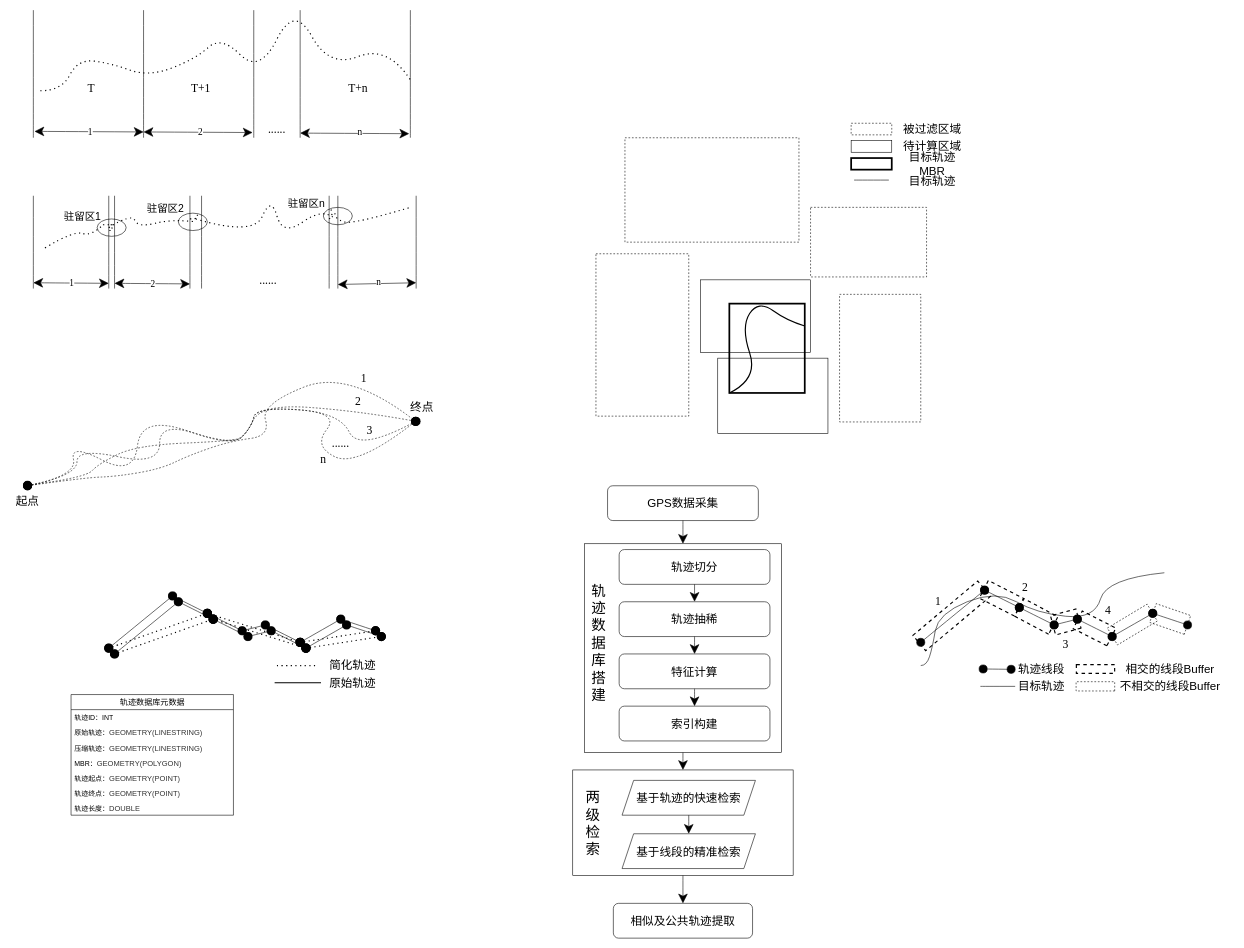
Above: 专利2.drawio in wangwuhua11/draw (draw.io), before the change. Source tidied: cells renumbered, new cells numbered last; positions are measured from the earlier drawing's top-left corner, leaving out a move shared by most shapes. Both pictures are drawn from the tidied source at 58%, with x=0, y=0 at pixel (10, 4).
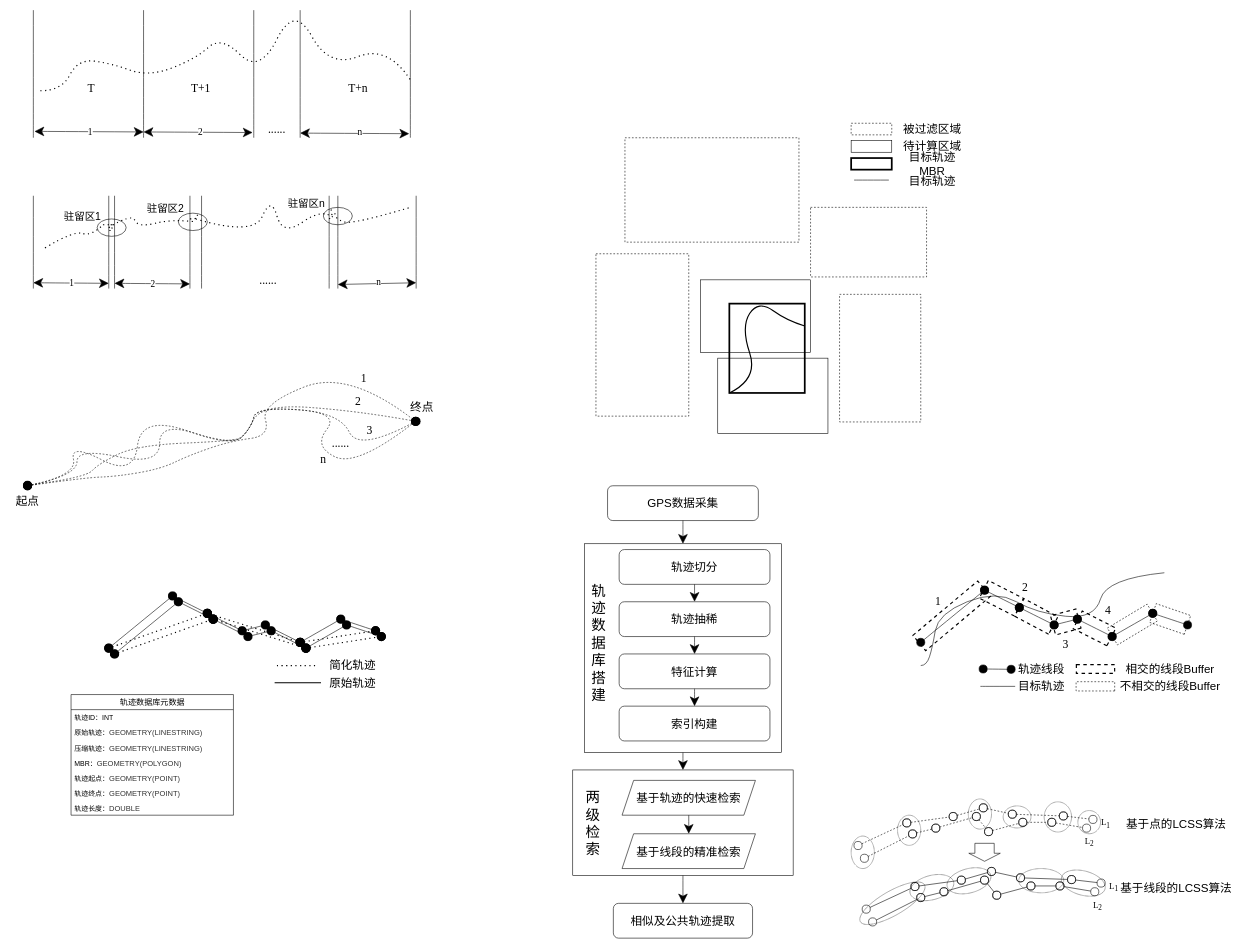
The same diagram, later.

Diff of the diagram source:
```diff
@@
+    <mxCell id="155" style="endArrow=oval;html=1;rounded=0;fontFamily=Architects Daughter;fontSize=16;startSize=14;endSize=14;sourcePerimeterSpacing=4;targetPerimeterSpacing=8;startArrow=oval;startFill=0;endFill=0;" parent="1" edge="1">
+      <mxGeometry relative="1" as="geometry">
+        <mxPoint x="1476" y="1560" as="sourcePoint" />
+        <mxPoint x="1560" y="1521" as="targetPoint" />
+      </mxGeometry>
+    </mxCell>
+    <mxCell id="156" style="endArrow=oval;html=1;rounded=0;fontFamily=Architects Daughter;fontSize=16;startSize=14;endSize=14;sourcePerimeterSpacing=4;targetPerimeterSpacing=8;startArrow=oval;startFill=0;endFill=0;" parent="1" edge="1">
+      <mxGeometry relative="1" as="geometry">
+        <mxPoint x="1560" y="1521" as="sourcePoint" />
+        <mxPoint x="1640" y="1510" as="targetPoint" />
+      </mxGeometry>
+    </mxCell>
+    <mxCell id="157" style="endArrow=oval;html=1;rounded=0;fontFamily=Architects Daughter;fontSize=16;startSize=14;endSize=14;sourcePerimeterSpacing=4;targetPerimeterSpacing=8;startArrow=oval;startFill=0;endFill=0;" parent="1" edge="1">
+      <mxGeometry relative="1" as="geometry">
+        <mxPoint x="1640" y="1510" as="sourcePoint" />
+        <mxPoint x="1692" y="1495" as="targetPoint" />
+      </mxGeometry>
+    </mxCell>
+    <mxCell id="158" style="endArrow=oval;html=1;rounded=0;fontFamily=Architects Daughter;fontSize=16;startSize=14;endSize=14;sourcePerimeterSpacing=4;targetPerimeterSpacing=8;startArrow=oval;startFill=0;endFill=0;" parent="1" edge="1">
+      <mxGeometry relative="1" as="geometry">
+        <mxPoint x="1692" y="1495" as="sourcePoint" />
+        <mxPoint x="1742" y="1506" as="targetPoint" />
+      </mxGeometry>
+    </mxCell>
+    <mxCell id="159" style="endArrow=oval;html=1;rounded=0;fontFamily=Architects Daughter;fontSize=16;startSize=14;endSize=14;sourcePerimeterSpacing=4;targetPerimeterSpacing=8;startArrow=oval;startFill=0;endFill=0;" parent="1" edge="1">
+      <mxGeometry relative="1" as="geometry">
+        <mxPoint x="1742" y="1506" as="sourcePoint" />
+        <mxPoint x="1830" y="1509" as="targetPoint" />
+      </mxGeometry>
+    </mxCell>
+    <mxCell id="160" style="endArrow=oval;html=1;rounded=0;fontFamily=Architects Daughter;fontSize=16;startSize=14;endSize=14;sourcePerimeterSpacing=4;targetPerimeterSpacing=8;startArrow=oval;startFill=0;endFill=0;" parent="1" edge="1">
+      <mxGeometry relative="1" as="geometry">
+        <mxPoint x="1830" y="1509" as="sourcePoint" />
+        <mxPoint x="1881" y="1515" as="targetPoint" />
+      </mxGeometry>
+    </mxCell>
+    <mxCell id="161" style="endArrow=oval;html=1;rounded=0;fontFamily=Architects Daughter;fontSize=16;startSize=14;endSize=14;sourcePerimeterSpacing=4;targetPerimeterSpacing=8;startArrow=oval;startFill=0;endFill=0;" parent="1" edge="1">
+      <mxGeometry relative="1" as="geometry">
+        <mxPoint x="1487" y="1582" as="sourcePoint" />
+        <mxPoint x="1570" y="1540" as="targetPoint" />
+      </mxGeometry>
+    </mxCell>
+    <mxCell id="162" style="endArrow=oval;html=1;rounded=0;fontFamily=Architects Daughter;fontSize=16;startSize=14;endSize=14;sourcePerimeterSpacing=4;targetPerimeterSpacing=8;startArrow=oval;startFill=0;endFill=0;" parent="1" edge="1">
+      <mxGeometry relative="1" as="geometry">
+        <mxPoint x="1570" y="1540" as="sourcePoint" />
+        <mxPoint x="1610" y="1530" as="targetPoint" />
+      </mxGeometry>
+    </mxCell>
+    <mxCell id="163" style="endArrow=oval;html=1;rounded=0;fontFamily=Architects Daughter;fontSize=16;startSize=14;endSize=14;sourcePerimeterSpacing=4;targetPerimeterSpacing=8;startArrow=oval;startFill=0;endFill=0;" parent="1" edge="1">
+      <mxGeometry relative="1" as="geometry">
+        <mxPoint x="1680" y="1510" as="sourcePoint" />
+        <mxPoint x="1701" y="1536" as="targetPoint" />
+      </mxGeometry>
+    </mxCell>
+    <mxCell id="164" style="endArrow=oval;html=1;rounded=0;fontFamily=Architects Daughter;fontSize=16;startSize=14;endSize=14;sourcePerimeterSpacing=4;targetPerimeterSpacing=8;startArrow=oval;startFill=0;endFill=0;" parent="1" edge="1">
+      <mxGeometry relative="1" as="geometry">
+        <mxPoint x="1701" y="1536" as="sourcePoint" />
+        <mxPoint x="1760" y="1520" as="targetPoint" />
+      </mxGeometry>
+    </mxCell>
+    <mxCell id="165" style="endArrow=oval;html=1;rounded=0;fontFamily=Architects Daughter;fontSize=16;startSize=14;endSize=14;sourcePerimeterSpacing=4;targetPerimeterSpacing=8;startArrow=oval;startFill=0;endFill=0;" parent="1" edge="1">
+      <mxGeometry relative="1" as="geometry">
+        <mxPoint x="1760" y="1520" as="sourcePoint" />
+        <mxPoint x="1810" y="1520" as="targetPoint" />
+      </mxGeometry>
+    </mxCell>
+    <mxCell id="166" style="endArrow=oval;html=1;rounded=0;fontFamily=Architects Daughter;fontSize=16;startSize=14;endSize=14;sourcePerimeterSpacing=4;targetPerimeterSpacing=8;startArrow=oval;startFill=0;endFill=0;" parent="1" edge="1">
+      <mxGeometry relative="1" as="geometry">
+        <mxPoint x="1810" y="1520" as="sourcePoint" />
+        <mxPoint x="1870" y="1530" as="targetPoint" />
+      </mxGeometry>
+    </mxCell>
+    <mxCell id="167" style="endArrow=oval;html=1;rounded=0;fontFamily=Architects Daughter;fontSize=16;startSize=14;endSize=14;sourcePerimeterSpacing=4;targetPerimeterSpacing=8;startArrow=oval;startFill=0;endFill=0;" parent="1" edge="1">
+      <mxGeometry relative="1" as="geometry">
+        <mxPoint x="1610" y="1530" as="sourcePoint" />
+        <mxPoint x="1680" y="1510" as="targetPoint" />
+      </mxGeometry>
+    </mxCell>
+    <mxCell id="168" value="&lt;font face=&quot;Times New Roman&quot; style=&quot;font-size: 15px;&quot;&gt;L&lt;sub&gt;2&lt;/sub&gt;&lt;/font&gt;" style="text;html=1;align=center;verticalAlign=middle;whiteSpace=wrap;rounded=0;fontSize=15;fontFamily=Architects Daughter;" parent="1" vertex="1">
+      <mxGeometry x="1861" y="1543.7" width="28" height="20" as="geometry" />
+    </mxCell>
+    <mxCell id="169" value="&lt;font face=&quot;Times New Roman&quot; style=&quot;font-size: 15px;&quot;&gt;L&lt;sub&gt;1&lt;/sub&gt;&lt;/font&gt;" style="text;html=1;align=center;verticalAlign=middle;whiteSpace=wrap;rounded=0;fontSize=15;fontFamily=Architects Daughter;" parent="1" vertex="1">
+      <mxGeometry x="1889" y="1512" width="28" height="20" as="geometry" />
+    </mxCell>
+    <mxCell id="170" style="endArrow=oval;html=1;rounded=0;fontFamily=Architects Daughter;fontSize=16;startSize=14;endSize=14;sourcePerimeterSpacing=4;targetPerimeterSpacing=8;startArrow=oval;startFill=0;endFill=0;dashed=1;" parent="1" edge="1">
+      <mxGeometry relative="1" as="geometry">
+        <mxPoint x="1461.9" y="1450.3" as="sourcePoint" />
+        <mxPoint x="1545.9" y="1411.3" as="targetPoint" />
+      </mxGeometry>
+    </mxCell>
+    <mxCell id="171" style="endArrow=oval;html=1;rounded=0;fontFamily=Architects Daughter;fontSize=16;startSize=14;endSize=14;sourcePerimeterSpacing=4;targetPerimeterSpacing=8;startArrow=oval;startFill=0;endFill=0;dashed=1;" parent="1" edge="1">
+      <mxGeometry relative="1" as="geometry">
+        <mxPoint x="1545.9" y="1411.3" as="sourcePoint" />
+        <mxPoint x="1625.9" y="1400.3" as="targetPoint" />
+      </mxGeometry>
+    </mxCell>
+    <mxCell id="172" style="endArrow=oval;html=1;rounded=0;fontFamily=Architects Daughter;fontSize=16;startSize=14;endSize=14;sourcePerimeterSpacing=4;targetPerimeterSpacing=8;startArrow=oval;startFill=0;endFill=0;dashed=1;" parent="1" edge="1">
+      <mxGeometry relative="1" as="geometry">
+        <mxPoint x="1625.9" y="1400.3" as="sourcePoint" />
+        <mxPoint x="1677.9" y="1385.3" as="targetPoint" />
+      </mxGeometry>
+    </mxCell>
+    <mxCell id="173" style="endArrow=oval;html=1;rounded=0;fontFamily=Architects Daughter;fontSize=16;startSize=14;endSize=14;sourcePerimeterSpacing=4;targetPerimeterSpacing=8;startArrow=oval;startFill=0;endFill=0;dashed=1;" parent="1" edge="1">
+      <mxGeometry relative="1" as="geometry">
+        <mxPoint x="1677.9" y="1385.3" as="sourcePoint" />
+        <mxPoint x="1727.9" y="1396.3" as="targetPoint" />
+      </mxGeometry>
+    </mxCell>
+    <mxCell id="174" style="endArrow=oval;html=1;rounded=0;fontFamily=Architects Daughter;fontSize=16;startSize=14;endSize=14;sourcePerimeterSpacing=4;targetPerimeterSpacing=8;startArrow=oval;startFill=0;endFill=0;dashed=1;" parent="1" edge="1">
+      <mxGeometry relative="1" as="geometry">
+        <mxPoint x="1727.9" y="1396.3" as="sourcePoint" />
+        <mxPoint x="1815.9" y="1399.3" as="targetPoint" />
+      </mxGeometry>
+    </mxCell>
+    <mxCell id="175" style="endArrow=oval;html=1;rounded=0;fontFamily=Architects Daughter;fontSize=16;startSize=14;endSize=14;sourcePerimeterSpacing=4;targetPerimeterSpacing=8;startArrow=oval;startFill=0;endFill=0;dashed=1;" parent="1" edge="1">
+      <mxGeometry relative="1" as="geometry">
+        <mxPoint x="1815.9" y="1399.3" as="sourcePoint" />
+        <mxPoint x="1866.9" y="1405.3" as="targetPoint" />
+      </mxGeometry>
+    </mxCell>
+    <mxCell id="176" style="endArrow=oval;html=1;rounded=0;fontFamily=Architects Daughter;fontSize=16;startSize=14;endSize=14;sourcePerimeterSpacing=4;targetPerimeterSpacing=8;startArrow=oval;startFill=0;endFill=0;dashed=1;" parent="1" edge="1">
+      <mxGeometry relative="1" as="geometry">
+        <mxPoint x="1472.9" y="1472.3" as="sourcePoint" />
+        <mxPoint x="1555.9" y="1430.3" as="targetPoint" />
+      </mxGeometry>
+    </mxCell>
+    <mxCell id="177" style="endArrow=oval;html=1;rounded=0;fontFamily=Architects Daughter;fontSize=16;startSize=14;endSize=14;sourcePerimeterSpacing=4;targetPerimeterSpacing=8;startArrow=oval;startFill=0;endFill=0;dashed=1;" parent="1" edge="1">
+      <mxGeometry relative="1" as="geometry">
+        <mxPoint x="1555.9" y="1430.3" as="sourcePoint" />
+        <mxPoint x="1595.9" y="1420.3" as="targetPoint" />
+      </mxGeometry>
+    </mxCell>
+    <mxCell id="178" style="endArrow=oval;html=1;rounded=0;fontFamily=Architects Daughter;fontSize=16;startSize=14;endSize=14;sourcePerimeterSpacing=4;targetPerimeterSpacing=8;startArrow=oval;startFill=0;endFill=0;dashed=1;" parent="1" edge="1">
+      <mxGeometry relative="1" as="geometry">
+        <mxPoint x="1665.9" y="1400.3" as="sourcePoint" />
+        <mxPoint x="1686.9" y="1426.3" as="targetPoint" />
+      </mxGeometry>
+    </mxCell>
+    <mxCell id="179" style="endArrow=oval;html=1;rounded=0;fontFamily=Architects Daughter;fontSize=16;startSize=14;endSize=14;sourcePerimeterSpacing=4;targetPerimeterSpacing=8;startArrow=oval;startFill=0;endFill=0;dashed=1;" parent="1" edge="1">
+      <mxGeometry relative="1" as="geometry">
+        <mxPoint x="1686.9" y="1426.3" as="sourcePoint" />
+        <mxPoint x="1745.9" y="1410.3" as="targetPoint" />
+      </mxGeometry>
+    </mxCell>
+    <mxCell id="180" style="endArrow=oval;html=1;rounded=0;fontFamily=Architects Daughter;fontSize=16;startSize=14;endSize=14;sourcePerimeterSpacing=4;targetPerimeterSpacing=8;startArrow=oval;startFill=0;endFill=0;dashed=1;" parent="1" edge="1">
+      <mxGeometry relative="1" as="geometry">
+        <mxPoint x="1745.9" y="1410.3" as="sourcePoint" />
+        <mxPoint x="1795.9" y="1410.3" as="targetPoint" />
+      </mxGeometry>
+    </mxCell>
+    <mxCell id="181" style="endArrow=oval;html=1;rounded=0;fontFamily=Architects Daughter;fontSize=16;startSize=14;endSize=14;sourcePerimeterSpacing=4;targetPerimeterSpacing=8;startArrow=oval;startFill=0;endFill=0;dashed=1;" parent="1" edge="1">
+      <mxGeometry relative="1" as="geometry">
+        <mxPoint x="1795.9" y="1410.3" as="sourcePoint" />
+        <mxPoint x="1855.9" y="1420.3" as="targetPoint" />
+      </mxGeometry>
+    </mxCell>
+    <mxCell id="182" style="endArrow=oval;html=1;rounded=0;fontFamily=Architects Daughter;fontSize=16;startSize=14;endSize=14;sourcePerimeterSpacing=4;targetPerimeterSpacing=8;startArrow=oval;startFill=0;endFill=0;dashed=1;" parent="1" edge="1">
+      <mxGeometry relative="1" as="geometry">
+        <mxPoint x="1595.9" y="1420.3" as="sourcePoint" />
+        <mxPoint x="1665.9" y="1400.3" as="targetPoint" />
+      </mxGeometry>
+    </mxCell>
+    <mxCell id="183" value="&lt;font face=&quot;Times New Roman&quot; style=&quot;font-size: 15px;&quot;&gt;L&lt;sub&gt;2&lt;/sub&gt;&lt;/font&gt;" style="text;html=1;align=center;verticalAlign=middle;whiteSpace=wrap;rounded=0;fontSize=15;fontFamily=Architects Daughter;dashed=1;" parent="1" vertex="1">
+      <mxGeometry x="1846.9" y="1434" width="28" height="20" as="geometry" />
+    </mxCell>
+    <mxCell id="184" value="&lt;font face=&quot;Times New Roman&quot; style=&quot;font-size: 15px;&quot;&gt;L&lt;sub&gt;1&lt;/sub&gt;&lt;/font&gt;" style="text;html=1;align=center;verticalAlign=middle;whiteSpace=wrap;rounded=0;fontSize=15;fontFamily=Architects Daughter;dashed=1;" parent="1" vertex="1">
+      <mxGeometry x="1874.9" y="1402.3" width="28" height="20" as="geometry" />
+    </mxCell>
+    <mxCell id="185" style="ellipse;whiteSpace=wrap;html=1;fontFamily=Architects Daughter;fillColor=none;dashed=1;dashPattern=1 1;" parent="1" vertex="1">
+      <mxGeometry x="1450" y="1434" width="40" height="56" as="geometry" />
+    </mxCell>
+    <mxCell id="186" style="ellipse;whiteSpace=wrap;html=1;fontFamily=Architects Daughter;fillColor=none;dashed=1;dashPattern=1 1;" parent="1" vertex="1">
+      <mxGeometry x="1530" y="1398" width="40" height="52" as="geometry" />
+    </mxCell>
+    <mxCell id="187" style="ellipse;whiteSpace=wrap;html=1;fontFamily=Architects Daughter;fillColor=none;dashed=1;dashPattern=1 1;" parent="1" vertex="1">
+      <mxGeometry x="1652" y="1370" width="40" height="52" as="geometry" />
+    </mxCell>
+    <mxCell id="188" style="ellipse;whiteSpace=wrap;html=1;fontFamily=Architects Daughter;fillColor=none;dashed=1;dashPattern=1 1;" parent="1" vertex="1">
+      <mxGeometry x="1712.1" y="1382" width="47.9" height="38" as="geometry" />
+    </mxCell>
+    <mxCell id="189" style="ellipse;whiteSpace=wrap;html=1;fontFamily=Architects Daughter;fillColor=none;dashed=1;dashPattern=1 1;" parent="1" vertex="1">
+      <mxGeometry x="1782.8" y="1375" width="47.2" height="52" as="geometry" />
+    </mxCell>
+    <mxCell id="190" style="ellipse;whiteSpace=wrap;html=1;fontFamily=Architects Daughter;fillColor=none;dashed=1;dashPattern=1 1;" parent="1" vertex="1">
+      <mxGeometry x="1840.9" y="1390" width="39.1" height="40" as="geometry" />
+    </mxCell>
+    <mxCell id="191" style="ellipse;whiteSpace=wrap;html=1;fontFamily=Architects Daughter;fillColor=none;dashed=1;dashPattern=1 1;rotation=-30;" parent="1" vertex="1">
+      <mxGeometry x="1457.4" y="1528.9" width="127.5" height="41.8" as="geometry" />
+    </mxCell>
+    <mxCell id="192" style="ellipse;whiteSpace=wrap;html=1;fontFamily=Architects Daughter;fillColor=none;dashed=1;dashPattern=1 1;rotation=-15;" parent="1" vertex="1">
+      <mxGeometry x="1550.4" y="1501.9" width="77.5" height="41.8" as="geometry" />
+    </mxCell>
+    <mxCell id="193" style="ellipse;whiteSpace=wrap;html=1;fontFamily=Architects Daughter;fillColor=none;dashed=1;dashPattern=1 1;rotation=-15;" parent="1" vertex="1">
+      <mxGeometry x="1614.4" y="1490.2" width="77.5" height="41.8" as="geometry" />
+    </mxCell>
+    <mxCell id="194" style="ellipse;whiteSpace=wrap;html=1;fontFamily=Architects Daughter;fillColor=none;dashed=1;dashPattern=1 1;rotation=0;" parent="1" vertex="1">
+      <mxGeometry x="1739" y="1490" width="77.5" height="41.8" as="geometry" />
+    </mxCell>
+    <mxCell id="195" style="ellipse;whiteSpace=wrap;html=1;fontFamily=Architects Daughter;fillColor=none;dashed=1;dashPattern=1 1;rotation=15;" parent="1" vertex="1">
+      <mxGeometry x="1811.5" y="1494.2" width="77.5" height="41.8" as="geometry" />
+    </mxCell>
+    <mxCell id="196" value="基于点的LCSS算法" style="text;html=1;align=center;verticalAlign=middle;whiteSpace=wrap;rounded=0;fontSize=20;fontFamily=宋体;" parent="1" vertex="1">
+      <mxGeometry x="1910" y="1398" width="201" height="30" as="geometry" />
+    </mxCell>
+    <mxCell id="197" value="基于线段的LCSS算法" style="text;html=1;align=center;verticalAlign=middle;whiteSpace=wrap;rounded=0;fontSize=20;fontFamily=宋体;" parent="1" vertex="1">
+      <mxGeometry x="1910" y="1507.8" width="201" height="30" as="geometry" />
+    </mxCell>
+    <mxCell id="198" style="shape=flexArrow;endArrow=classic;html=1;rounded=0;fontFamily=Architects Daughter;fontSize=16;startSize=14;endSize=4.281481481481482;sourcePerimeterSpacing=8;targetPerimeterSpacing=8;curved=1;width=33.33333333333333;" parent="1" edge="1">
+      <mxGeometry relative="1" as="geometry">
+        <mxPoint x="1680" y="1446" as="sourcePoint" />
+        <mxPoint x="1680" y="1478" as="targetPoint" />
+      </mxGeometry>
+    </mxCell>
```
